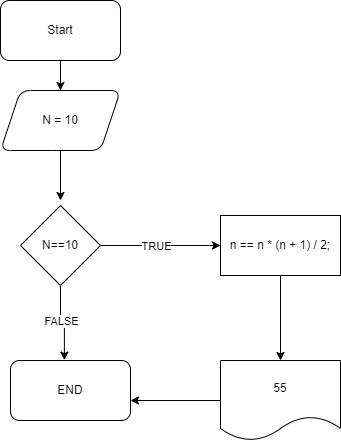
Kamran-Zeynalov/Algoritm keeps this draw.io diagram as task1.png. Above is the earlier version. Source tidied: cells renumbered, new cells last; positions are measured from the earlier drawing's top-left corner, leaving out a move shared by most shapes.
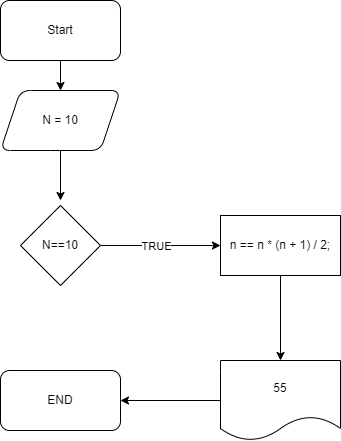
The same diagram one commit later.

What changed in the source:
```diff
@@ -27,7 +27,7 @@
       </mxGeometry>
     </mxCell>
     <mxCell id="8" value="END" style="whiteSpace=wrap;html=1;rounded=1;" parent="1" vertex="1">
-      <mxGeometry x="10" y="360" width="120" height="60" as="geometry" />
+      <mxGeometry y="370" width="120" height="60" as="geometry" />
     </mxCell>
     <mxCell id="9" style="edgeStyle=orthogonalEdgeStyle;rounded=0;jettySize=auto;html=1;" parent="1" edge="1" source="10" target="8">
       <mxGeometry relative="1" as="geometry">
@@ -45,14 +45,6 @@
     <mxCell id="12" value="n == n * (n + 1) / 2;" style="rounded=0;whiteSpace=wrap;html=1;" parent="1" vertex="1">
       <mxGeometry x="220" y="215" width="120" height="60" as="geometry" />
     </mxCell>
-    <mxCell id="13" style="edgeStyle=orthogonalEdgeStyle;rounded=0;jettySize=auto;html=1;entryX=0.449;entryY=-0.006;entryDx=0;entryDy=0;entryPerimeter=0;" parent="1" edge="1" source="15" target="8">
-      <mxGeometry relative="1" as="geometry" />
-    </mxCell>
-    <mxCell id="14" value="FALSE" style="edgeLabel;html=1;align=center;verticalAlign=middle;" parent="13" vertex="1">
-      <mxGeometry x="-0.6" y="3" relative="1" as="geometry">
-        <mxPoint x="-3" y="19" as="offset" />
-      </mxGeometry>
-    </mxCell>
     <mxCell id="15" value="N==10" style="rhombus;whiteSpace=wrap;html=1;" parent="1" vertex="1">
       <mxGeometry x="20" y="205" width="80" height="80" as="geometry" />
     </mxCell>
```
